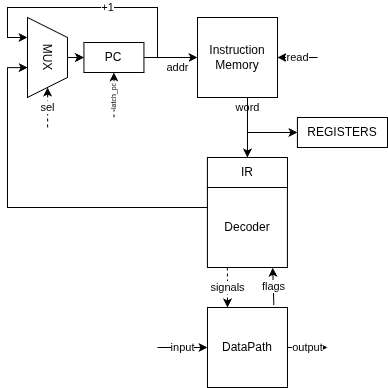
This is docs/schemas/CU-csa-lab4.png from awesoma31/csa-lab4, a draw.io export, as it was before one commit. Source tidied: cells renumbered, new cells last; positions are measured from the earlier drawing's top-left corner, leaving out a move shared by most shapes.
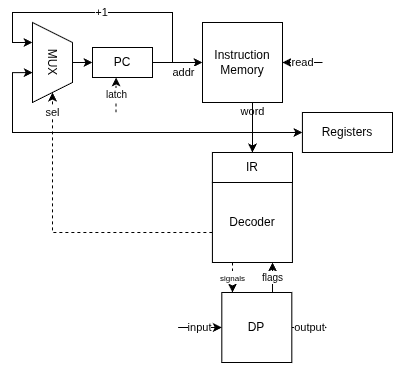
Later version of the same file.

Change to the diagram source:
```diff
@@ -2,18 +2,15 @@
   <root>
     <mxCell id="0" />
     <mxCell id="1" parent="0" />
-    <mxCell id="2" value="signals" style="endArrow=classic;dashed=1;html=1;rounded=0;endFill=1;exitX=0.25;exitY=1;exitDx=0;exitDy=0;entryX=0.25;entryY=0;entryDx=0;entryDy=0;" parent="1" edge="1" source="24" target="11">
-      <mxGeometry relative="1" as="geometry" />
-    </mxCell>
     <mxCell id="3" value="addr" style="endArrow=classic;html=1;rounded=0;" parent="1" edge="1" source="15" target="8">
       <mxGeometry x="0.25" y="-10" relative="1" as="geometry" />
     </mxCell>
     <mxCell id="4" value="+1" style="endArrow=classic;html=1;rounded=0;edgeStyle=orthogonalEdgeStyle;entryX=0.25;entryY=1;entryDx=0;entryDy=0;" parent="1" edge="1" target="27">
-      <mxGeometry relative="1" as="geometry">
+      <mxGeometry x="0.13" relative="1" as="geometry">
         <mxPoint x="99.9" y="50" as="sourcePoint" />
         <Array as="points">
-          <mxPoint x="150" y="50" />
-          <mxPoint x="150" />
+          <mxPoint x="160" y="50" />
+          <mxPoint x="160" />
           <mxPoint />
           <mxPoint y="30" />
         </Array>
@@ -42,47 +39,44 @@
       </mxGeometry>
     </mxCell>
     <mxCell id="10" style="group;" parent="1" vertex="1">
-      <mxGeometry x="110" y="300" width="250" height="80" as="geometry" />
+      <mxGeometry x="130.6" y="280" width="218.8" height="70" as="geometry" />
     </mxCell>
-    <mxCell id="11" value="DataPath" style="whiteSpace=wrap;html=1;" parent="10" vertex="1">
-      <mxGeometry x="90" width="80" height="80" as="geometry" />
+    <mxCell id="11" value="DP" style="whiteSpace=wrap;html=1;" parent="10" vertex="1">
+      <mxGeometry x="78.8" width="70" height="70" as="geometry" />
     </mxCell>
     <mxCell id="12" value="input" style="endArrow=classic;html=1;rounded=0;spacing=2;" parent="10" edge="1" target="11">
       <mxGeometry relative="1" as="geometry">
-        <mxPoint x="40" y="40" as="sourcePoint" />
+        <mxPoint x="35" y="35" as="sourcePoint" />
       </mxGeometry>
     </mxCell>
     <mxCell id="13" value="output" style="endArrow=classic;html=1;rounded=0;spacing=2;" parent="10" edge="1" source="11">
       <mxGeometry relative="1" as="geometry">
-        <mxPoint x="210" y="40" as="targetPoint" />
+        <mxPoint x="183.8" y="35" as="targetPoint" />
       </mxGeometry>
     </mxCell>
     <mxCell id="14" style="group;" parent="1" vertex="1">
-      <mxGeometry x="76.4" y="35" width="60" height="75" as="geometry" />
+      <mxGeometry x="80" y="35" width="60" height="75" as="geometry" />
     </mxCell>
+    <mxCell id="29" style="group;" parent="14" vertex="1">
+      <mxGeometry width="60" height="65" as="geometry" />
+    </mxCell>
-    <mxCell id="15" value="PC" style="rounded=0;whiteSpace=wrap;html=1;" parent="14" vertex="1">
+    <mxCell id="15" value="PC" style="rounded=0;whiteSpace=wrap;html=1;" parent="29" vertex="1">
       <mxGeometry width="60" height="30" as="geometry" />
     </mxCell>
-    <mxCell id="16" style="endArrow=classic;html=1;rounded=0;dashed=1;flowAnimation=0;shadow=0;strokeColor=default;" parent="14" edge="1" target="15">
-      <mxGeometry x="0.6" y="25" relative="1" as="geometry">
-        <mxPoint x="30" y="75" as="sourcePoint" />
-      </mxGeometry>
-    </mxCell>
-    <mxCell id="17" value="latch_pc" style="edgeLabel;html=1;align=center;verticalAlign=middle;horizontal=0;fontSize=7;" parent="16" vertex="1">
-      <mxGeometry x="-0.33" relative="1" as="geometry">
-        <mxPoint y="-5" as="offset" />
-      </mxGeometry>
-    </mxCell>
-    <mxCell id="18" value="flags" style="endArrow=classic;html=1;rounded=0;exitX=0.829;exitY=-0.03;exitDx=0;exitDy=0;exitPerimeter=0;entryX=0.816;entryY=1.003;entryDx=0;entryDy=0;entryPerimeter=0;" parent="1" edge="1" source="11" target="24">
-      <mxGeometry relative="1" as="geometry" />
-    </mxCell>
+    <mxCell id="30" value="&lt;font style=&quot;font-size: 10px;&quot;&gt;latch&lt;/font&gt;" style="endArrow=classic;html=1;rounded=0;dashed=1;" parent="29" edge="1">
+      <mxGeometry relative="1" as="geometry">
+        <mxPoint x="23.6" y="65" as="sourcePoint" />
+        <mxPoint x="23.6" y="30" as="targetPoint" />
+      </mxGeometry>
+    </mxCell>
     <mxCell id="19" style="group;" parent="1" vertex="1">
       <mxGeometry x="199.9" y="220" width="100" height="30" as="geometry" />
     </mxCell>
-    <mxCell id="20" style="edgeStyle=orthogonalEdgeStyle;rounded=0;jettySize=auto;html=1;entryX=0.626;entryY=0.995;entryDx=0;entryDy=0;entryPerimeter=0;" parent="1" edge="1" source="24" target="27">
+    <mxCell id="20" style="edgeStyle=orthogonalEdgeStyle;rounded=0;jettySize=auto;html=1;entryX=0.626;entryY=0.995;entryDx=0;entryDy=0;entryPerimeter=0;" parent="1" edge="1" source="8" target="27">
       <mxGeometry relative="1" as="geometry">
         <Array as="points">
-          <mxPoint y="200" />
+          <mxPoint x="240" y="120" />
+          <mxPoint y="120" />
           <mxPoint y="60" />
         </Array>
       </mxGeometry>
@@ -90,15 +84,15 @@
     <mxCell id="21" style="edgeStyle=orthogonalEdgeStyle;rounded=0;jettySize=auto;html=1;" parent="1" edge="1" source="8" target="22">
       <mxGeometry relative="1" as="geometry">
         <Array as="points">
-          <mxPoint x="240" y="125" />
+          <mxPoint x="240" y="120" />
         </Array>
       </mxGeometry>
     </mxCell>
-    <mxCell id="22" value="REGISTERS" style="rounded=0;whiteSpace=wrap;html=1;" parent="1" vertex="1">
-      <mxGeometry x="289.9" y="110" width="90.1" height="30" as="geometry" />
+    <mxCell id="22" value="Registers" style="rounded=0;whiteSpace=wrap;html=1;" parent="1" vertex="1">
+      <mxGeometry x="289.9" y="100" width="90.1" height="40" as="geometry" />
     </mxCell>
     <mxCell id="23" style="group;" parent="1" vertex="1">
-      <mxGeometry x="199.9" y="150" width="80.1" height="110" as="geometry" />
+      <mxGeometry x="199.9" y="140" width="80.1" height="110" as="geometry" />
     </mxCell>
     <mxCell id="24" value="Decoder" style="whiteSpace=wrap;html=1;" parent="23" vertex="1">
       <mxGeometry y="30" width="80" height="80" as="geometry" />
@@ -112,14 +106,28 @@
     <mxCell id="27" value="MUX" style="shape=trapezoid;perimeter=trapezoidPerimeter;whiteSpace=wrap;html=1;fixedSize=1;rotation=90;horizontal=1;verticalAlign=middle;" parent="26" vertex="1">
       <mxGeometry x="-20" y="20" width="80" height="40" as="geometry" />
     </mxCell>
-    <mxCell id="28" value="sel" style="endArrow=classic;html=1;rounded=0;edgeStyle=orthogonalEdgeStyle;dashed=1;" parent="26" edge="1" target="27">
-      <mxGeometry relative="1" as="geometry">
-        <mxPoint x="20.1" y="110" as="sourcePoint" />
+    <mxCell id="28" value="sel" style="endArrow=classic;html=1;rounded=0;edgeStyle=orthogonalEdgeStyle;dashed=1;" parent="1" edge="1" source="24" target="27">
+      <mxGeometry x="0.87" relative="1" as="geometry">
         <Array as="points">
-          <mxPoint x="20" y="100" />
-          <mxPoint x="20" y="100" />
+          <mxPoint x="40" y="220" />
         </Array>
       </mxGeometry>
     </mxCell>
+    <mxCell id="2" value="&lt;font style=&quot;font-size: 8px;&quot;&gt;signals&lt;/font&gt;" style="edgeStyle=orthogonalEdgeStyle;rounded=0;jettySize=auto;html=1;dashed=1;" parent="1" edge="1" source="24" target="11">
+      <mxGeometry relative="1" as="geometry">
+        <Array as="points">
+          <mxPoint x="220" y="260" />
+          <mxPoint x="220" y="260" />
+        </Array>
+      </mxGeometry>
+    </mxCell>
+    <mxCell id="18" value="&lt;font style=&quot;font-size: 10px;&quot;&gt;flags&lt;/font&gt;" style="edgeStyle=orthogonalEdgeStyle;rounded=0;jettySize=auto;html=1;" parent="1" edge="1" source="11" target="24">
+      <mxGeometry relative="1" as="geometry">
+        <Array as="points">
+          <mxPoint x="260" y="260" />
+          <mxPoint x="260" y="260" />
+        </Array>
+      </mxGeometry>
+    </mxCell>
   </root>
 </mxGraphModel>
```
